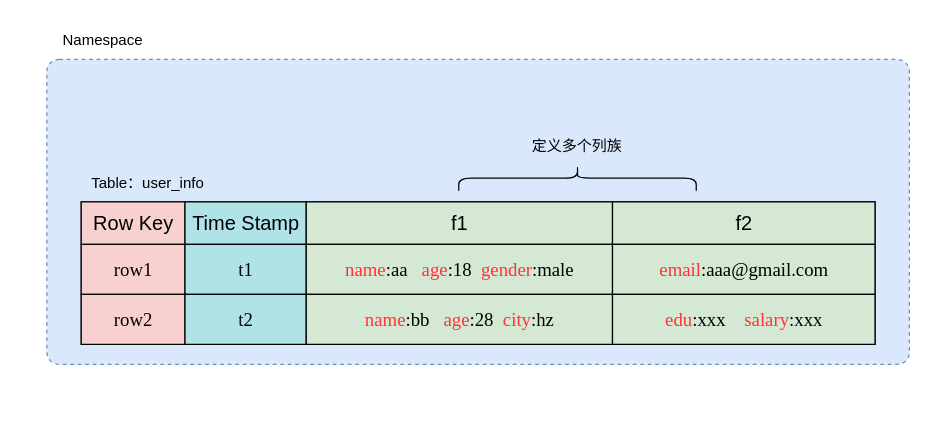
Earlier version of the draw.io diagram com.guann1n9.diagrams/hbase/hbase_table.drawio (GuanN1ng/diagrams). Source tidied: cells renumbered, new cells numbered last; positions are measured from the earlier drawing's top-left corner, leaving out a move shared by most shapes. Both pictures are drawn from the tidied source at 125%, with x=0, y=0 at pixel (21, 21).
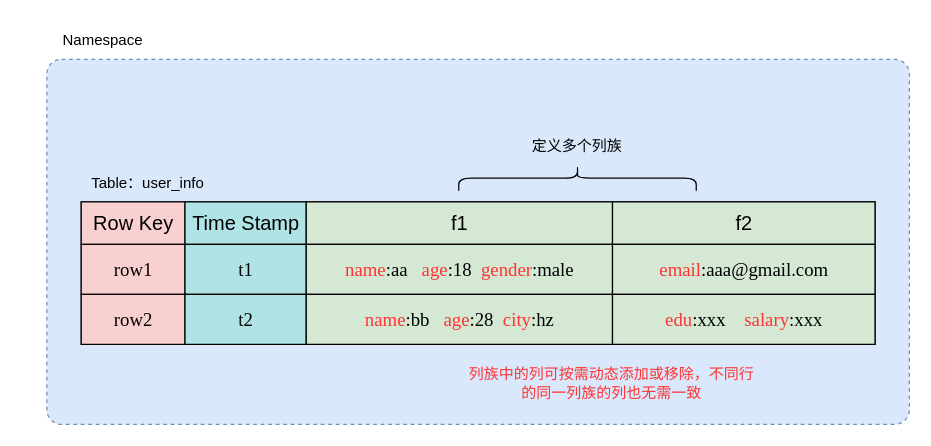
The same page after the edit.

Diff of the diagram source:
```diff
@@
     <mxCell id="2" style="rounded=1;whiteSpace=wrap;html=1;dashed=1;fillColor=#dae8fc;strokeColor=#6c8ebf;arcSize=4;" parent="1" vertex="1">
-      <mxGeometry x="20" y="30" width="690" height="244" as="geometry" />
+      <mxGeometry x="20" y="30" width="690" height="292" as="geometry" />
     </mxCell>
@@
+    <mxCell id="23" value="列族中的列可按需动态添加或移除，不同行的同一列族的列也无需一致" style="text;html=1;strokeColor=none;fillColor=none;align=center;verticalAlign=middle;whiteSpace=wrap;rounded=0;fontColor=#FF3333;" parent="1" vertex="1">
+      <mxGeometry x="352" y="274" width="240" height="30" as="geometry" />
+    </mxCell>
```
